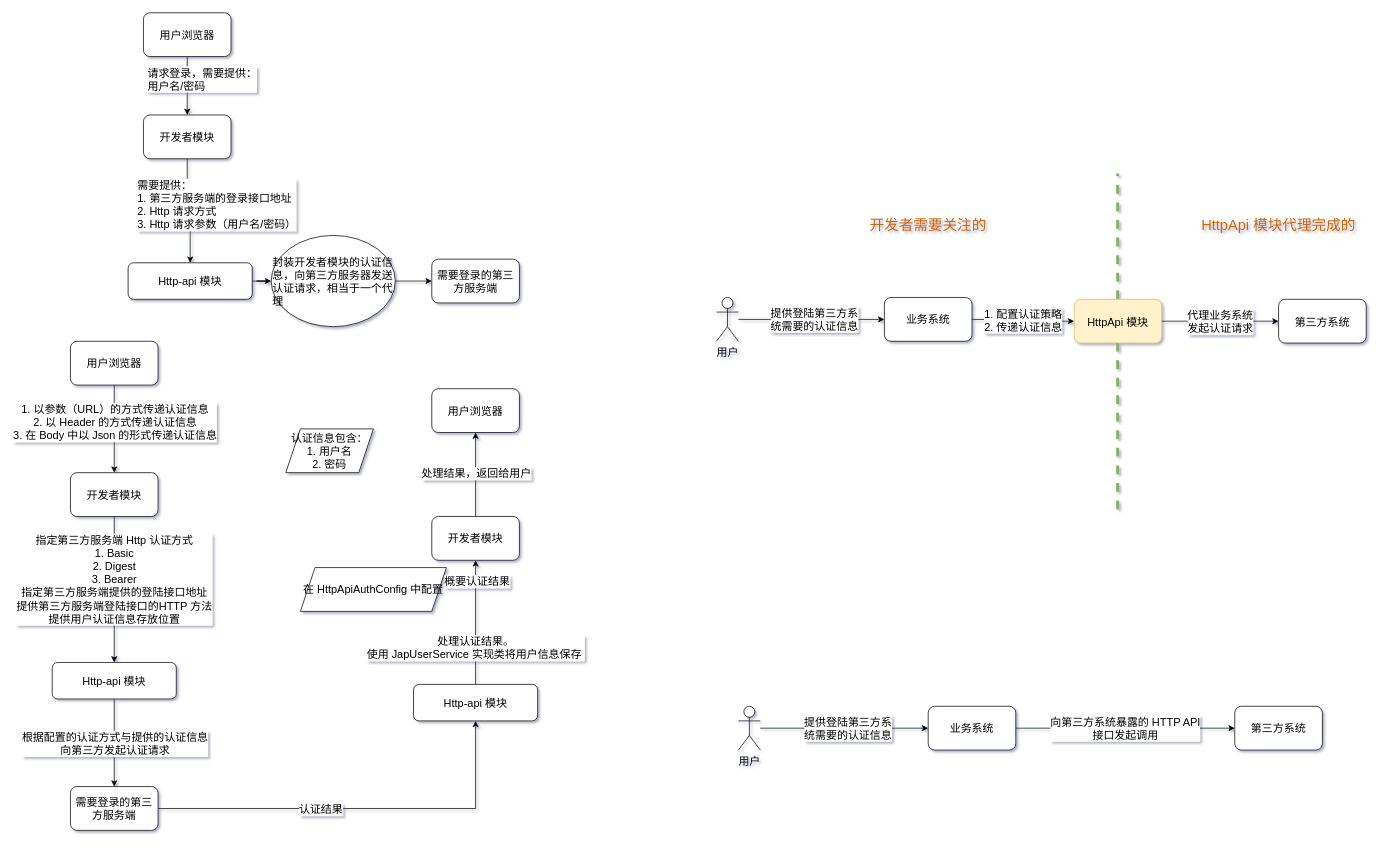
The draw.io diagram http-api-design.drawio in Mvbbb/draw.io-diagrams, before the edit. Source tidied: cells renumbered, new cells numbered last; positions are measured from the earlier drawing's top-left corner, leaving out a move shared by most shapes. Both pictures are drawn from the tidied source at 73%, with x=0, y=0 at pixel (52, 12).
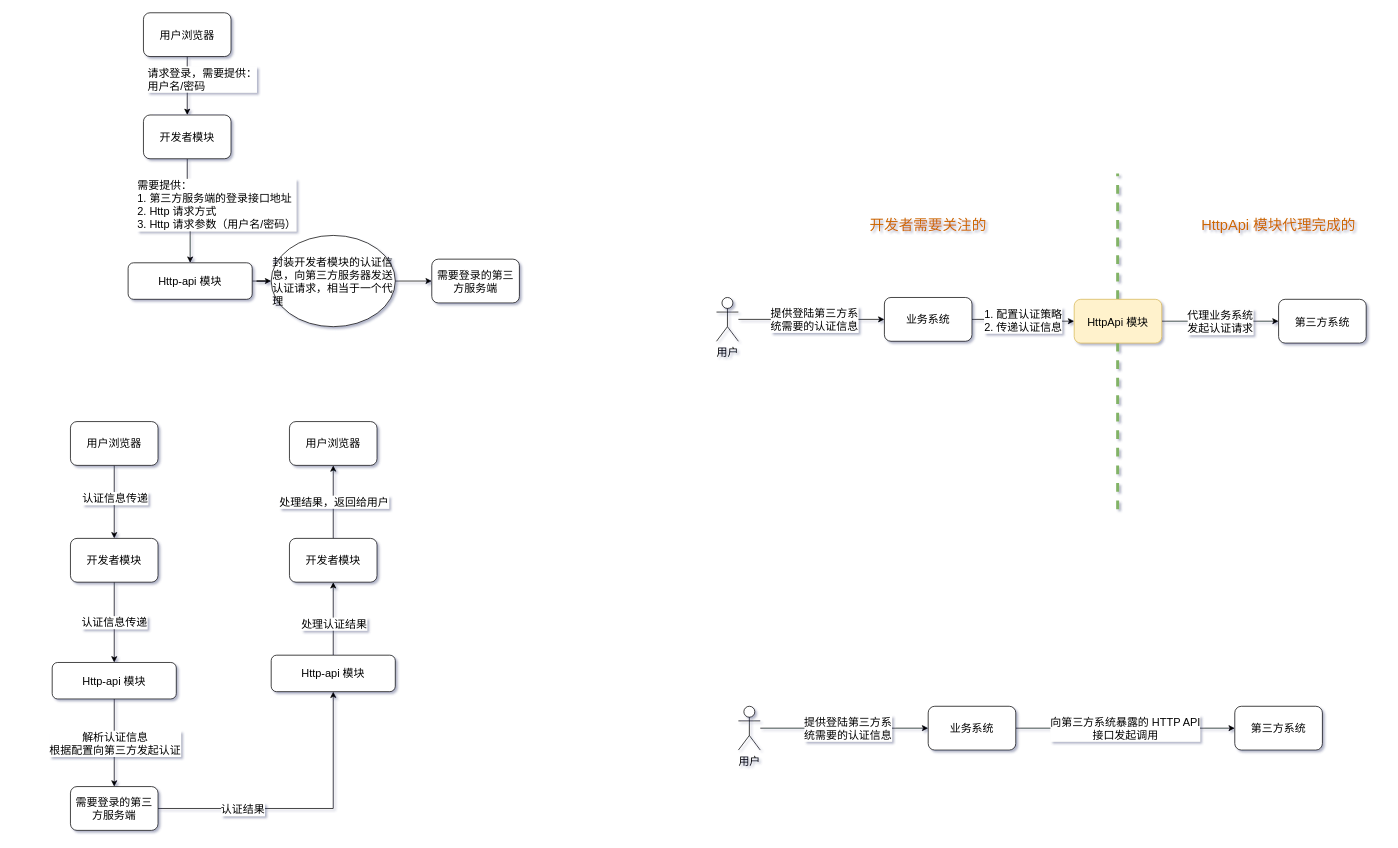
After the change.

Unchanged cells that the change refers to:
```xml
<mxCell id="14" style="edgeStyle=orthogonalEdgeStyle;rounded=0;jettySize=auto;html=1;entryX=0.5;entryY=0;entryDx=0;entryDy=0;fontSize=15;" parent="1" edge="1" source="16" target="18">
  <mxGeometry relative="1" as="geometry" />
</mxCell>
<mxCell id="19" style="edgeStyle=orthogonalEdgeStyle;rounded=0;jettySize=auto;html=1;fontSize=15;" parent="1" edge="1" source="21" target="24">
  <mxGeometry relative="1" as="geometry" />
</mxCell>
<mxCell id="21" value="Http-api 模块" style="rounded=1;whiteSpace=wrap;html=1;fontSize=15;" parent="1" vertex="1">
  <mxGeometry y="890" width="170" height="50" as="geometry" />
</mxCell>
<mxCell id="22" style="edgeStyle=orthogonalEdgeStyle;rounded=0;jettySize=auto;html=1;exitX=1;exitY=0.5;exitDx=0;exitDy=0;entryX=0.5;entryY=1;entryDx=0;entryDy=0;fontSize=15;" parent="1" edge="1" source="24" target="29">
  <mxGeometry relative="1" as="geometry" />
</mxCell>
```

Diff of the diagram source:
```diff
@@
-    <mxCell id="15" value="1. 以参数（URL）的方式传递认证信息&lt;br style=&quot;font-size: 15px;&quot;&gt;2. 以 Header 的方式传递认证信息&lt;br style=&quot;font-size: 15px;&quot;&gt;3. 在 Body 中以 Json 的形式传递认证信息" style="edgeLabel;html=1;align=center;verticalAlign=middle;fontSize=15;" parent="14" vertex="1">
+    <mxCell id="15" value="认证信息传递" style="edgeLabel;html=1;align=center;verticalAlign=middle;fontSize=15;" parent="14" vertex="1">
       <mxGeometry x="-0.4" y="-1" relative="1" as="geometry">
         <mxPoint x="1" y="14" as="offset" />
       </mxGeometry>
     </mxCell>
     <mxCell id="16" value="用户浏览器" style="rounded=1;whiteSpace=wrap;html=1;fontSize=15;" parent="1" vertex="1">
-      <mxGeometry x="25" y="450" width="120" height="60" as="geometry" />
+      <mxGeometry x="25" y="560" width="120" height="60" as="geometry" />
     </mxCell>
-    <mxCell id="17" value="指定第三方服务端 Http 认证方式&lt;br style=&quot;font-size: 15px;&quot;&gt;1. Basic&lt;br style=&quot;font-size: 15px;&quot;&gt;2. Digest&lt;br style=&quot;font-size: 15px;&quot;&gt;3. Bearer&lt;br style=&quot;font-size: 15px;&quot;&gt;指定第三方服务端提供的登陆接口地址&lt;br style=&quot;font-size: 15px;&quot;&gt;提供第三方服务端登陆接口的HTTP 方法&lt;br style=&quot;font-size: 15px;&quot;&gt;提供用户认证信息存放位置" style="edgeStyle=orthogonalEdgeStyle;rounded=0;jettySize=auto;html=1;fontSize=15;" parent="1" edge="1" source="18" target="21">
-      <mxGeometry x="-0.14" relative="1" as="geometry" />
+    <mxCell id="17" value="&lt;font style=&quot;font-size: 15px&quot;&gt;认证信息传递&lt;/font&gt;" style="edgeStyle=orthogonalEdgeStyle;rounded=0;jettySize=auto;html=1;" parent="1" edge="1" source="18" target="21">
+      <mxGeometry relative="1" as="geometry" />
     </mxCell>
     <mxCell id="18" value="开发者模块" style="rounded=1;whiteSpace=wrap;html=1;fontSize=15;" parent="1" vertex="1">
-      <mxGeometry x="25" y="630" width="120" height="60" as="geometry" />
+      <mxGeometry x="25" y="720" width="120" height="60" as="geometry" />
     </mxCell>
@@
-    <mxCell id="20" value="根据配置的认证方式与提供的认证信息&lt;br style=&quot;font-size: 15px;&quot;&gt;向第三方发起认证请求" style="edgeLabel;html=1;align=center;verticalAlign=middle;fontSize=15;" parent="19" vertex="1">
+    <mxCell id="20" value="解析认证信息&lt;br&gt;根据配置向第三方发起认证" style="edgeLabel;html=1;align=center;verticalAlign=middle;fontSize=15;" parent="19" vertex="1">
       <mxGeometry x="-0.2" y="1" relative="1" as="geometry">
         <mxPoint x="-1" y="12" as="offset" />
       </mxGeometry>
     </mxCell>
@@
     <mxCell id="23" value="认证结果" style="edgeLabel;html=1;align=center;verticalAlign=middle;fontSize=15;" parent="22" vertex="1">
       <mxGeometry x="-0.19" relative="1" as="geometry">
-        <mxPoint x="-3" as="offset" />
+        <mxPoint x="-47" as="offset" />
       </mxGeometry>
     </mxCell>
@@
-    <mxCell id="25" value="认证信息包含：&lt;br style=&quot;font-size: 15px;&quot;&gt;1. 用户名&lt;br style=&quot;font-size: 15px;&quot;&gt;2. 密码" style="shape=parallelogram;perimeter=parallelogramPerimeter;whiteSpace=wrap;html=1;fixedSize=1;fontSize=15;" parent="1" vertex="1">
-      <mxGeometry x="320" y="570" width="120" height="60" as="geometry" />
-    </mxCell>
-    <mxCell id="26" value="在 HttpApiAuthConfig 中配置" style="shape=parallelogram;perimeter=parallelogramPerimeter;whiteSpace=wrap;html=1;fixedSize=1;fontSize=15;" parent="1" vertex="1">
-      <mxGeometry x="340" y="760" width="200" height="60" as="geometry" />
-    </mxCell>
-    <mxCell id="27" value="处理认证结果。&lt;br style=&quot;font-size: 15px;&quot;&gt;使用 JapUserService 实现类将用户信息保存&amp;nbsp;" style="edgeStyle=orthogonalEdgeStyle;rounded=0;jettySize=auto;html=1;fontSize=15;" parent="1" edge="1" source="29" target="32">
-      <mxGeometry x="-0.41" relative="1" as="geometry" />
+    <mxCell id="27" style="edgeStyle=orthogonalEdgeStyle;rounded=0;jettySize=auto;html=1;fontSize=15;" parent="1" edge="1" source="29" target="32">
+      <mxGeometry x="-0.42" relative="1" as="geometry" />
     </mxCell>
-    <mxCell id="28" value="概要认证结果" style="edgeLabel;html=1;align=center;verticalAlign=middle;fontSize=15;" parent="27" vertex="1">
-      <mxGeometry x="0.67" y="-1" relative="1" as="geometry" />
+    <mxCell id="28" value="处理认证结果" style="edgeLabel;html=1;align=center;verticalAlign=middle;fontSize=15;" parent="27" vertex="1">
+      <mxGeometry x="0.67" y="-1" relative="1" as="geometry">
+        <mxPoint x="-1" y="40" as="offset" />
+      </mxGeometry>
     </mxCell>
     <mxCell id="29" value="Http-api 模块" style="rounded=1;whiteSpace=wrap;html=1;fontSize=15;" parent="1" vertex="1">
-      <mxGeometry x="495" y="920" width="170" height="50" as="geometry" />
+      <mxGeometry x="300" y="880" width="170" height="50" as="geometry" />
     </mxCell>
@@
     <mxCell id="32" value="开发者模块" style="rounded=1;whiteSpace=wrap;html=1;fontSize=15;" parent="1" vertex="1">
-      <mxGeometry x="520" y="690" width="120" height="60" as="geometry" />
+      <mxGeometry x="325" y="720" width="120" height="60" as="geometry" />
     </mxCell>
     <mxCell id="33" value="用户浏览器" style="rounded=1;whiteSpace=wrap;html=1;fontSize=15;" parent="1" vertex="1">
-      <mxGeometry x="520" y="515" width="120" height="60" as="geometry" />
+      <mxGeometry x="325" y="560" width="120" height="60" as="geometry" />
     </mxCell>
```
